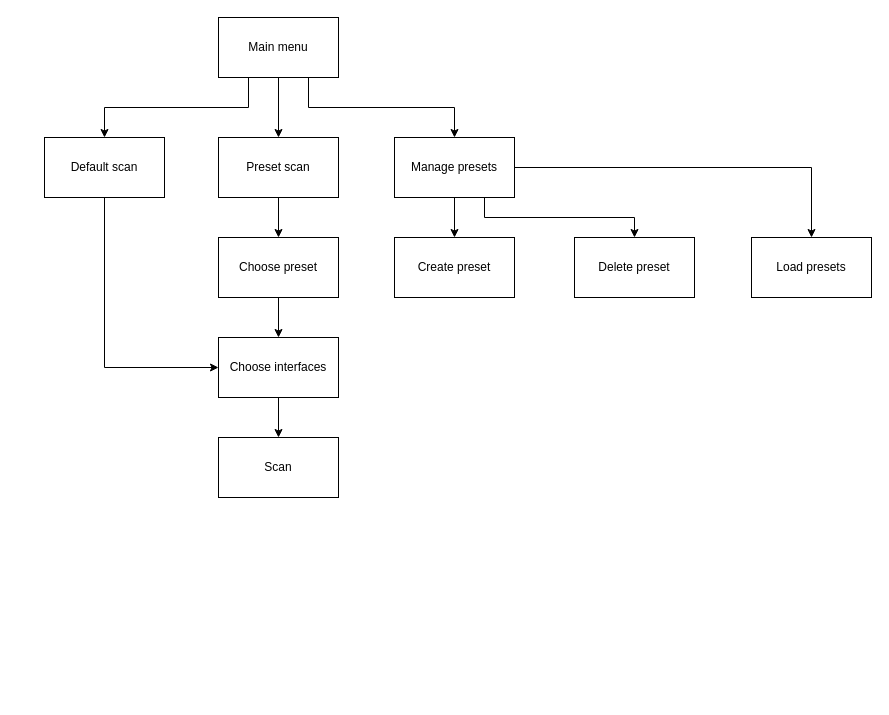
CocytusDEDI/NSVS keeps this draw.io diagram as docs/User_flow_diagram.drawio. Above is the earlier version. Source tidied: cells renumbered, new cells numbered last; positions are measured from the earlier drawing's top-left corner, leaving out a move shared by most shapes. Both pictures are drawn from the tidied source at 100%, with x=0, y=0 at pixel (44, 17).
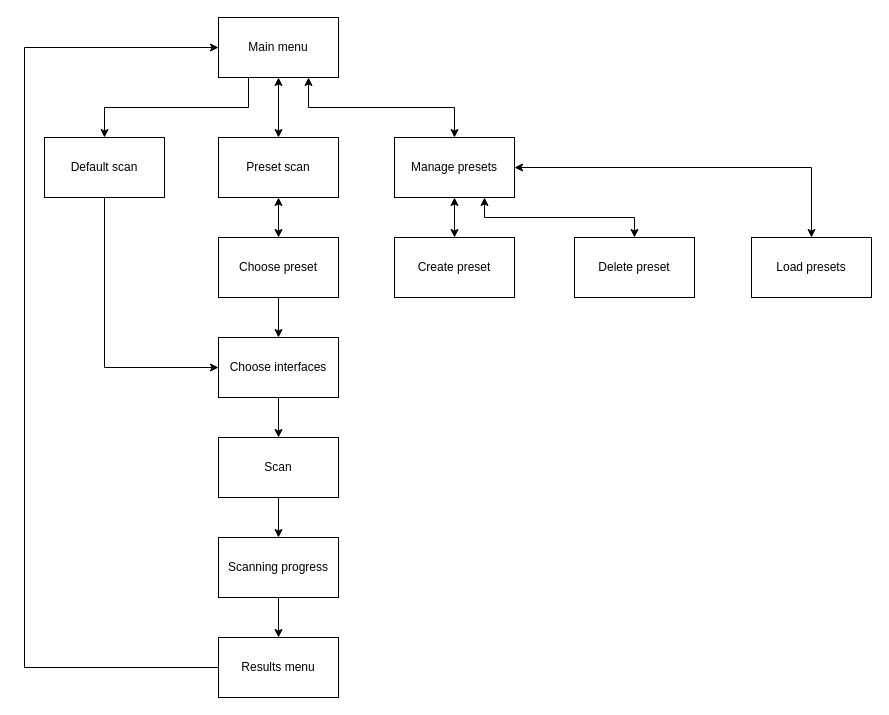
The same diagram, later.

The change refers to these unchanged cells:
```xml
<mxCell id="2" value="Main menu" style="rounded=0;whiteSpace=wrap;html=1;" parent="1" vertex="1">
  <mxGeometry x="174" width="120" height="60" as="geometry" />
</mxCell>
<mxCell id="4" value="Preset scan" style="rounded=0;whiteSpace=wrap;html=1;" parent="1" vertex="1">
  <mxGeometry x="174" y="120" width="120" height="60" as="geometry" />
</mxCell>
<mxCell id="6" value="Manage presets" style="rounded=0;whiteSpace=wrap;html=1;" parent="1" vertex="1">
  <mxGeometry x="350" y="120" width="120" height="60" as="geometry" />
</mxCell>
<mxCell id="9" value="Choose preset" style="rounded=0;whiteSpace=wrap;html=1;" parent="1" vertex="1">
  <mxGeometry x="174" y="220" width="120" height="60" as="geometry" />
</mxCell>
<mxCell id="15" value="Scan" style="rounded=0;whiteSpace=wrap;html=1;" parent="1" vertex="1">
  <mxGeometry x="174" y="420" width="120" height="60" as="geometry" />
</mxCell>
<mxCell id="17" value="Create preset" style="rounded=0;whiteSpace=wrap;html=1;" parent="1" vertex="1">
  <mxGeometry x="350" y="220" width="120" height="60" as="geometry" />
</mxCell>
<mxCell id="18" value="Delete preset" style="rounded=0;whiteSpace=wrap;html=1;" parent="1" vertex="1">
  <mxGeometry x="530" y="220" width="120" height="60" as="geometry" />
</mxCell>
<mxCell id="19" value="Load presets" style="rounded=0;whiteSpace=wrap;html=1;" parent="1" vertex="1">
  <mxGeometry x="707" y="220" width="120" height="60" as="geometry" />
</mxCell>
```

Diff of the diagram source:
```diff
@@
-    <mxCell id="3" style="endArrow=classic;html=1;rounded=0;exitX=0.5;exitY=1;exitDx=0;exitDy=0;entryX=0.5;entryY=0;entryDx=0;entryDy=0;" parent="1" edge="1" source="2" target="4">
+    <mxCell id="3" style="endArrow=classic;html=1;rounded=0;exitX=0.5;exitY=1;exitDx=0;exitDy=0;entryX=0.5;entryY=0;entryDx=0;entryDy=0;startArrow=classic;startFill=1;" parent="1" edge="1" source="2" target="4">
       <mxGeometry relative="1" as="geometry" />
     </mxCell>
@@
-    <mxCell id="7" style="endArrow=classic;html=1;rounded=0;entryX=0.5;entryY=0;entryDx=0;entryDy=0;exitX=0.75;exitY=1;exitDx=0;exitDy=0;" parent="1" edge="1" source="2" target="6">
+    <mxCell id="7" style="endArrow=classic;html=1;rounded=0;entryX=0.5;entryY=0;entryDx=0;entryDy=0;exitX=0.75;exitY=1;exitDx=0;exitDy=0;startArrow=classic;startFill=1;" parent="1" edge="1" source="2" target="6">
       <mxGeometry relative="1" as="geometry">
         <Array as="points">
           <mxPoint x="264" y="90" />
           <mxPoint x="410" y="90" />
         </Array>
       </mxGeometry>
     </mxCell>
@@
-    <mxCell id="10" style="endArrow=classic;html=1;rounded=0;exitX=0.5;exitY=1;exitDx=0;exitDy=0;entryX=0.5;entryY=0;entryDx=0;entryDy=0;" parent="1" edge="1" source="4" target="9">
+    <mxCell id="10" style="endArrow=classic;html=1;rounded=0;exitX=0.5;exitY=1;exitDx=0;exitDy=0;entryX=0.5;entryY=0;entryDx=0;entryDy=0;startArrow=classic;startFill=1;" parent="1" edge="1" source="4" target="9">
       <mxGeometry relative="1" as="geometry" />
     </mxCell>
@@
+    <mxCell id="22" style="edgeStyle=orthogonalEdgeStyle;rounded=0;jettySize=auto;html=1;" parent="1" edge="1" source="15" target="24">
+      <mxGeometry relative="1" as="geometry" />
+    </mxCell>
@@
-    <mxCell id="16" style="endArrow=classic;html=1;rounded=0;exitX=0.5;exitY=1;exitDx=0;exitDy=0;entryX=0.5;entryY=0;entryDx=0;entryDy=0;" parent="1" edge="1" source="6" target="17">
+    <mxCell id="16" style="endArrow=classic;html=1;rounded=0;exitX=0.5;exitY=1;exitDx=0;exitDy=0;entryX=0.5;entryY=0;entryDx=0;entryDy=0;startArrow=classic;startFill=1;" parent="1" edge="1" source="6" target="17">
       <mxGeometry relative="1" as="geometry" />
     </mxCell>
@@
-    <mxCell id="20" style="endArrow=classic;html=1;rounded=0;entryX=0.5;entryY=0;entryDx=0;entryDy=0;exitX=0.75;exitY=1;exitDx=0;exitDy=0;" parent="1" edge="1" source="6" target="18">
+    <mxCell id="20" style="endArrow=classic;html=1;rounded=0;entryX=0.5;entryY=0;entryDx=0;entryDy=0;exitX=0.75;exitY=1;exitDx=0;exitDy=0;startArrow=classic;startFill=1;" parent="1" edge="1" source="6" target="18">
       <mxGeometry relative="1" as="geometry">
         <Array as="points">
           <mxPoint x="440" y="200" />
           <mxPoint x="590" y="200" />
         </Array>
       </mxGeometry>
     </mxCell>
-    <mxCell id="21" style="endArrow=classic;html=1;rounded=0;entryX=0.5;entryY=0;entryDx=0;entryDy=0;exitX=1;exitY=0.5;exitDx=0;exitDy=0;" parent="1" edge="1" source="6" target="19">
+    <mxCell id="21" style="endArrow=classic;html=1;rounded=0;entryX=0.5;entryY=0;entryDx=0;entryDy=0;exitX=1;exitY=0.5;exitDx=0;exitDy=0;startArrow=classic;startFill=1;" parent="1" edge="1" source="6" target="19">
       <mxGeometry relative="1" as="geometry">
         <Array as="points">
           <mxPoint x="767" y="150" />
         </Array>
       </mxGeometry>
     </mxCell>
+    <mxCell id="23" style="edgeStyle=orthogonalEdgeStyle;rounded=0;jettySize=auto;html=1;" parent="1" edge="1" source="24" target="25">
+      <mxGeometry relative="1" as="geometry" />
+    </mxCell>
+    <mxCell id="24" value="&lt;div&gt;Scanning progress&lt;/div&gt;" style="rounded=0;whiteSpace=wrap;html=1;" parent="1" vertex="1">
+      <mxGeometry x="174" y="520" width="120" height="60" as="geometry" />
+    </mxCell>
+    <mxCell id="25" value="&lt;div&gt;Results menu&lt;/div&gt;" style="rounded=0;whiteSpace=wrap;html=1;" parent="1" vertex="1">
+      <mxGeometry x="174" y="620" width="120" height="60" as="geometry" />
+    </mxCell>
+    <mxCell id="26" style="endArrow=classic;startArrow=none;html=1;rounded=0;exitX=0;exitY=0.5;exitDx=0;exitDy=0;entryX=0;entryY=0.5;entryDx=0;entryDy=0;startFill=0;" parent="1" edge="1" source="25" target="2">
+      <mxGeometry relative="1" as="geometry">
+        <Array as="points">
+          <mxPoint x="-20" y="650" />
+          <mxPoint x="-20" y="30" />
+        </Array>
+      </mxGeometry>
+    </mxCell>
```
